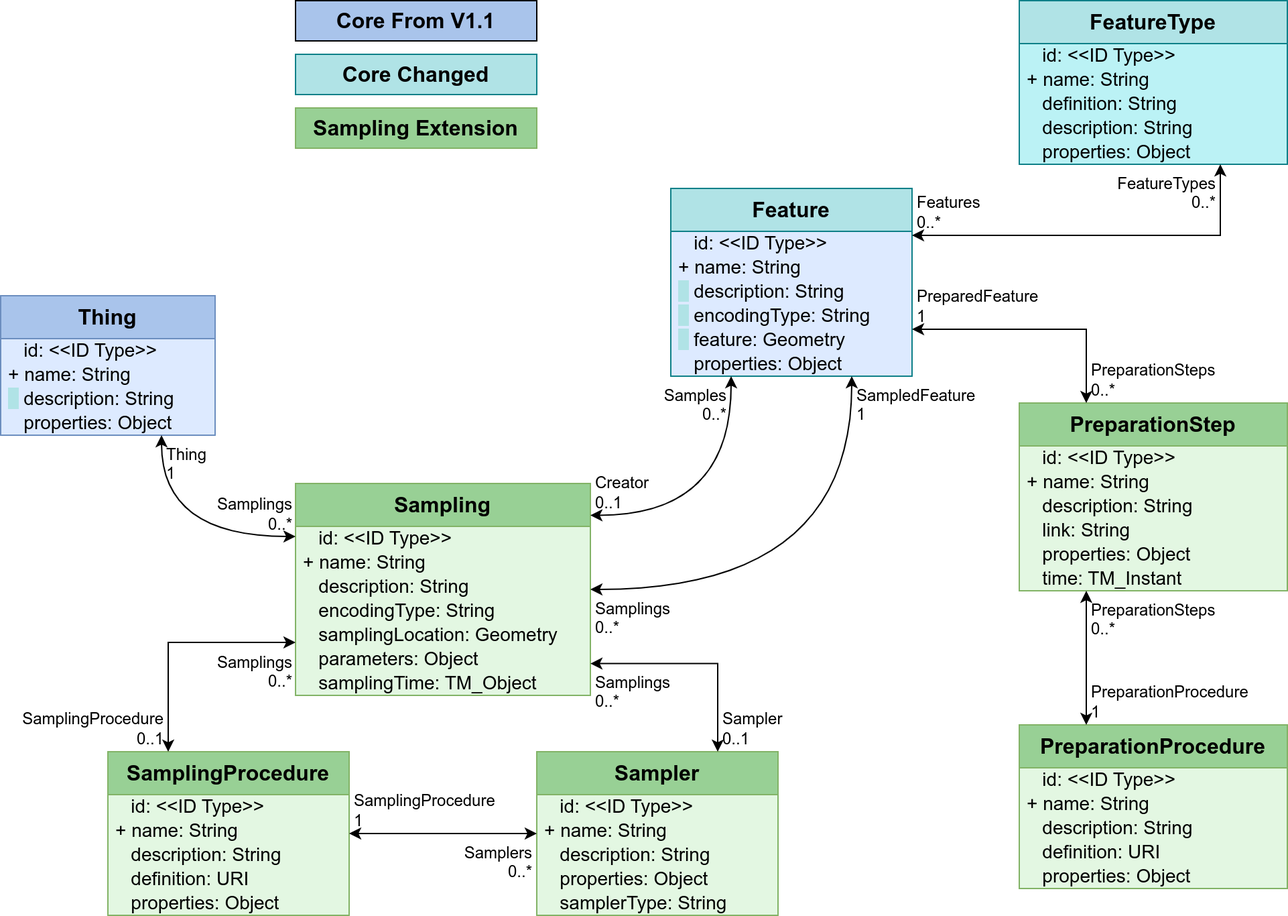
This is figures/Datamodel-SensorThingsApi-V2-proposal-1-Sampling.drawio.png from opengeospatial/sensorthings, a draw.io export, as it was before one commit. Source tidied: cells renumbered, new cells last; positions are measured from the earlier drawing's top-left corner, leaving out a move shared by most shapes.
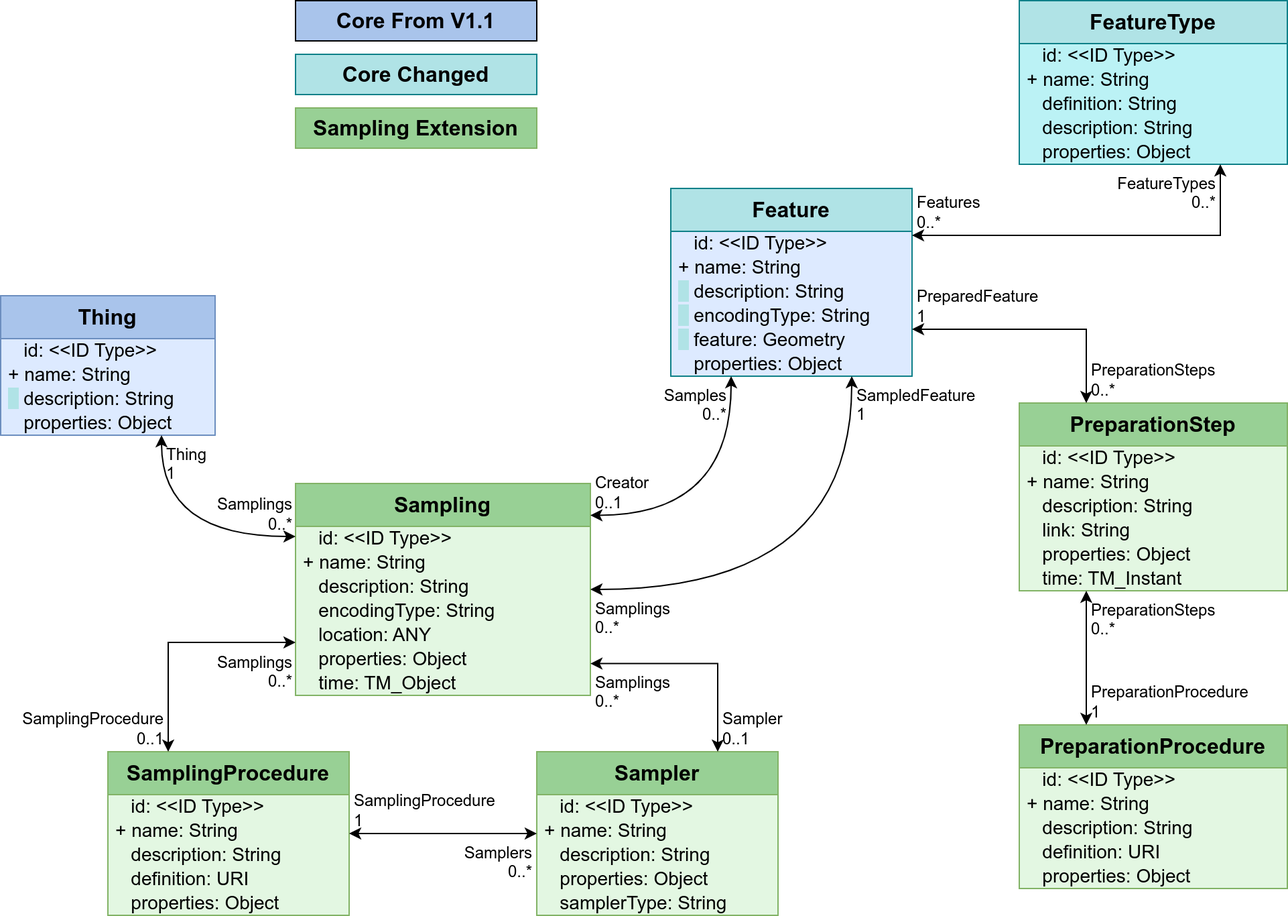
Above is the later version.

Diff of the diagram source:
```diff
@@ -140,13 +140,13 @@
     <mxCell id="47" value="&amp;nbsp;&amp;nbsp;&amp;nbsp;encodingType: String" style="text;strokeColor=none;fillColor=none;align=left;verticalAlign=middle;spacingLeft=4;spacingRight=4;overflow=visible;html=1;fontSize=14;" parent="43" vertex="1">
       <mxGeometry y="86" width="220" height="18" as="geometry" />
     </mxCell>
-    <mxCell id="48" value="&amp;nbsp;&amp;nbsp;&amp;nbsp;samplingLocation: Geometry" style="text;strokeColor=none;fillColor=none;align=left;verticalAlign=middle;spacingLeft=4;spacingRight=4;overflow=visible;html=1;fontSize=14;" parent="43" vertex="1">
+    <mxCell id="48" value="&amp;nbsp;&amp;nbsp;&amp;nbsp;location: ANY" style="text;strokeColor=none;fillColor=none;align=left;verticalAlign=middle;spacingLeft=4;spacingRight=4;overflow=visible;html=1;fontSize=14;" parent="43" vertex="1">
       <mxGeometry y="104" width="220" height="18" as="geometry" />
     </mxCell>
-    <mxCell id="49" value="&amp;nbsp;&amp;nbsp;&amp;nbsp;parameters: Object" style="text;strokeColor=none;fillColor=none;align=left;verticalAlign=middle;spacingLeft=4;spacingRight=4;overflow=visible;html=1;fontSize=14;" parent="43" vertex="1">
+    <mxCell id="49" value="&amp;nbsp;&amp;nbsp;&amp;nbsp;properties: Object" style="text;strokeColor=none;fillColor=none;align=left;verticalAlign=middle;spacingLeft=4;spacingRight=4;overflow=visible;html=1;fontSize=14;" parent="43" vertex="1">
       <mxGeometry y="122" width="220" height="18" as="geometry" />
     </mxCell>
-    <mxCell id="50" value="&amp;nbsp; &amp;nbsp;samplingTime: TM_Object" style="text;strokeColor=none;fillColor=none;align=left;verticalAlign=middle;spacingLeft=4;spacingRight=4;overflow=visible;html=1;fontSize=14;" parent="43" vertex="1">
+    <mxCell id="50" value="&amp;nbsp; &amp;nbsp;time: TM_Object" style="text;strokeColor=none;fillColor=none;align=left;verticalAlign=middle;spacingLeft=4;spacingRight=4;overflow=visible;html=1;fontSize=14;" parent="43" vertex="1">
       <mxGeometry y="140" width="220" height="18" as="geometry" />
     </mxCell>
     <mxCell id="51" style="endArrow=classic;startArrow=classic;html=1;rounded=0;entryX=0.75;entryY=1;entryDx=0;entryDy=0;edgeStyle=orthogonalEdgeStyle;curved=1;exitX=1;exitY=0.5;exitDx=0;exitDy=0;exitPerimeter=0;" parent="1" edge="1" source="43" target="2">
```
